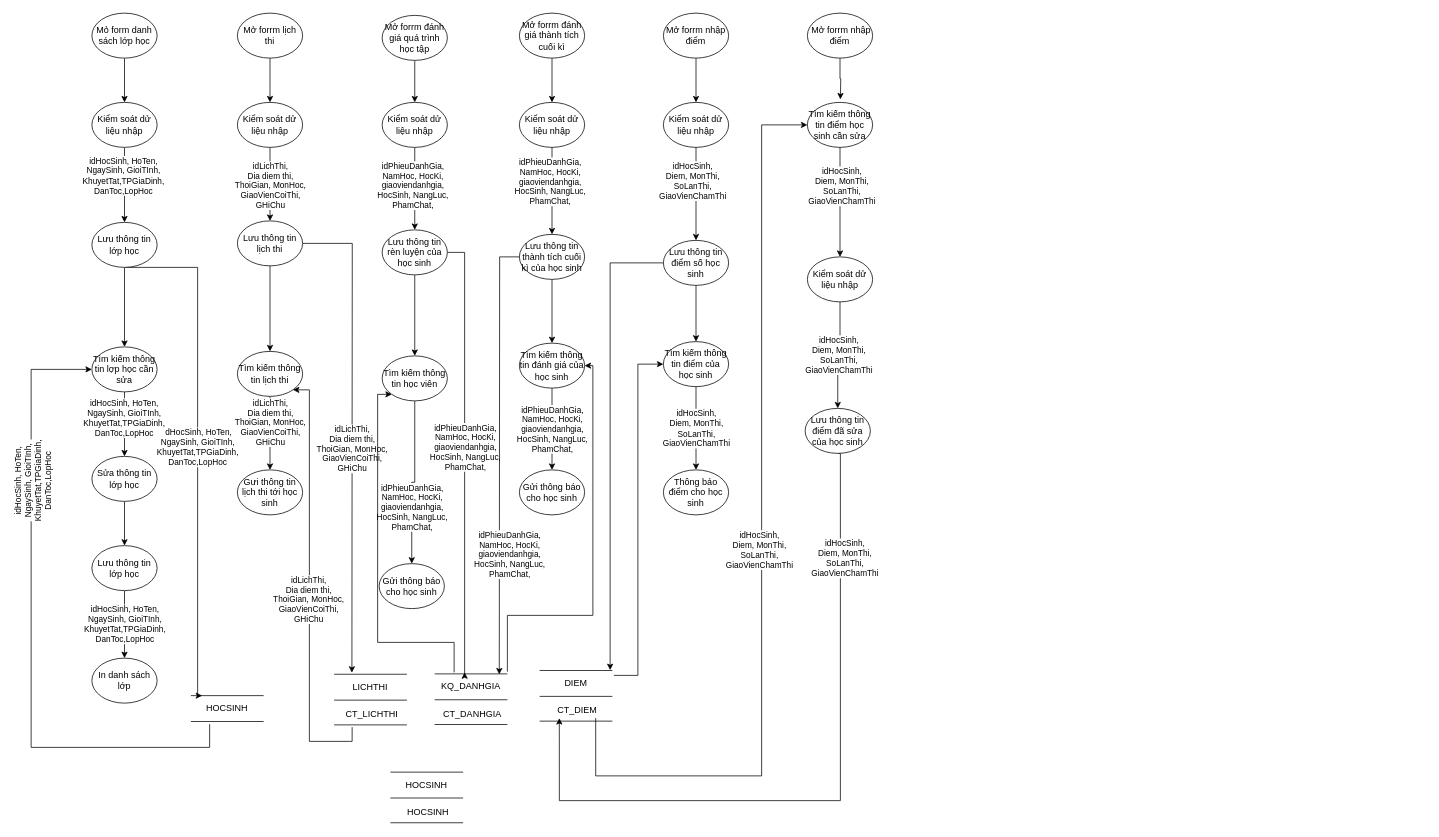
Earlier version of the draw.io diagram 4.1.3.drawio (TLGKien/graph). Source tidied: cells renumbered, new cells numbered last; positions are measured from the earlier drawing's top-left corner, leaving out a move shared by most shapes. Both pictures are drawn from the tidied source at 75%, with x=0, y=0 at pixel (31, 13).
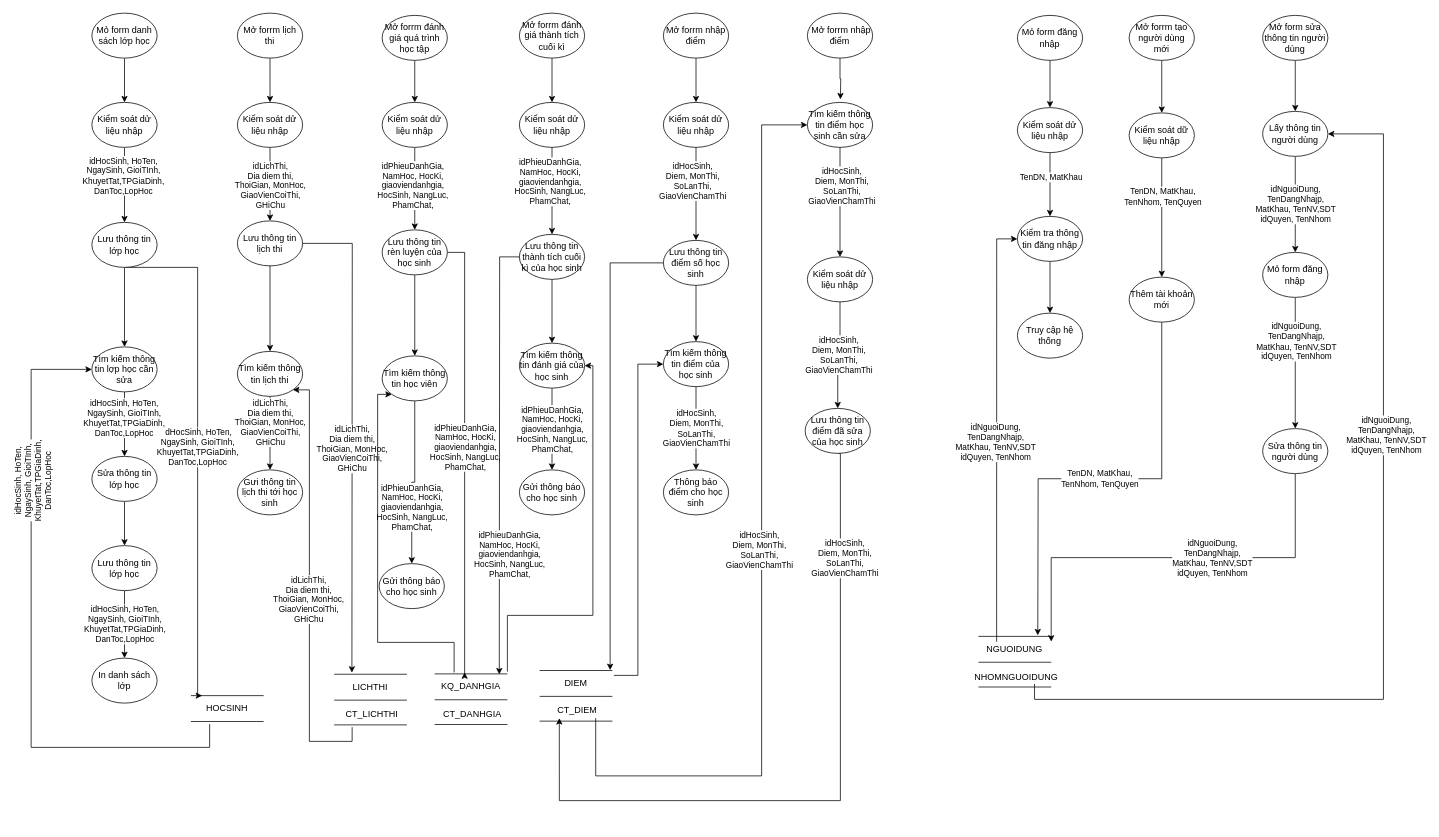
The same page after the edit.

Diff of the diagram source:
```diff
@@
     <mxCell id="104" style="endArrow=none;html=1;" parent="1" edge="1">
       <mxGeometry relative="1" as="geometry">
-        <mxPoint x="479" y="1012" as="sourcePoint" />
-        <mxPoint x="576" y="1012" as="targetPoint" />
+        <mxPoint x="1263.1" y="831" as="sourcePoint" />
+        <mxPoint x="1360.1" y="831" as="targetPoint" />
       </mxGeometry>
     </mxCell>
     <mxCell id="105" style="endArrow=none;html=1;" parent="1" edge="1">
       <mxGeometry relative="1" as="geometry">
-        <mxPoint x="479" y="1046.5" as="sourcePoint" />
-        <mxPoint x="576" y="1046.5" as="targetPoint" />
+        <mxPoint x="1263.1" y="865.5" as="sourcePoint" />
+        <mxPoint x="1360.1" y="865.5" as="targetPoint" />
       </mxGeometry>
     </mxCell>
+    <mxCell id="109" style="edgeStyle=orthogonalEdgeStyle;rounded=0;jettySize=auto;html=1;exitX=0.25;exitY=0;exitDx=0;exitDy=0;entryX=0;entryY=0.5;entryDx=0;entryDy=0;" parent="1" edge="1" source="106" target="128">
+      <mxGeometry relative="1" as="geometry" />
+    </mxCell>
+    <mxCell id="110" value="&lt;div&gt;idNguoiDung, &lt;br&gt;&lt;/div&gt;&lt;div&gt;TenDangNhajp, &lt;br&gt;&lt;/div&gt;&lt;div&gt;MatKhau, TenNV,SDT&lt;br&gt;&lt;/div&gt;&lt;div&gt; idQuyen, TenNhom&lt;/div&gt;" style="edgeLabel;html=1;align=center;verticalAlign=middle;" parent="109" vertex="1">
+      <mxGeometry x="0.2" y="2" relative="1" as="geometry">
+        <mxPoint y="73" as="offset" />
+      </mxGeometry>
+    </mxCell>
-    <mxCell id="106" value="HOCSINH" style="text;html=1;strokeColor=none;fillColor=none;align=center;verticalAlign=middle;whiteSpace=wrap;rounded=0;" parent="1" vertex="1">
-      <mxGeometry x="479" y="1019" width="97" height="20" as="geometry" />
+    <mxCell id="106" value="NGUOIDUNG" style="text;html=1;strokeColor=none;fillColor=none;align=center;verticalAlign=middle;whiteSpace=wrap;rounded=0;" parent="1" vertex="1">
+      <mxGeometry x="1263.1" y="838" width="97" height="20" as="geometry" />
     </mxCell>
     <mxCell id="107" style="endArrow=none;html=1;" parent="1" edge="1">
       <mxGeometry relative="1" as="geometry">
-        <mxPoint x="479" y="1079.5" as="sourcePoint" />
-        <mxPoint x="576" y="1079.5" as="targetPoint" />
+        <mxPoint x="1263.1" y="898.5" as="sourcePoint" />
+        <mxPoint x="1360.1" y="898.5" as="targetPoint" />
       </mxGeometry>
     </mxCell>
+    <mxCell id="111" style="edgeStyle=orthogonalEdgeStyle;rounded=0;jettySize=auto;html=1;exitX=0.75;exitY=1;exitDx=0;exitDy=0;entryX=1;entryY=0.5;entryDx=0;entryDy=0;" parent="1" edge="1" source="108" target="126">
+      <mxGeometry relative="1" as="geometry">
+        <Array as="points">
+          <mxPoint x="1338.1" y="915" />
+          <mxPoint x="1803.1" y="915" />
+          <mxPoint x="1803.1" y="161" />
+        </Array>
+      </mxGeometry>
+    </mxCell>
+    <mxCell id="112" value="&lt;div&gt;idNguoiDung, &lt;br&gt;&lt;/div&gt;&lt;div&gt;TenDangNhajp, &lt;br&gt;&lt;/div&gt;&lt;div&gt;MatKhau, TenNV,SDT&lt;br&gt;&lt;/div&gt;&lt;div&gt; idQuyen, TenNhom&lt;/div&gt;" style="edgeLabel;html=1;align=center;verticalAlign=middle;" parent="111" vertex="1">
+      <mxGeometry x="0.55" y="-2" relative="1" as="geometry">
+        <mxPoint x="1" y="180" as="offset" />
+      </mxGeometry>
+    </mxCell>
-    <mxCell id="108" value="HOCSINH" style="text;html=1;strokeColor=none;fillColor=none;align=center;verticalAlign=middle;whiteSpace=wrap;rounded=0;" parent="1" vertex="1">
-      <mxGeometry x="481" y="1055.5" width="97" height="20" as="geometry" />
+    <mxCell id="108" value="NHOMNGUOIDUNG" style="text;html=1;strokeColor=none;fillColor=none;align=center;verticalAlign=middle;whiteSpace=wrap;rounded=0;" parent="1" vertex="1">
+      <mxGeometry x="1265.1" y="874.5" width="97" height="20" as="geometry" />
     </mxCell>
+    <mxCell id="113" style="edgeStyle=orthogonalEdgeStyle;rounded=0;jettySize=auto;html=1;exitX=0.5;exitY=1;exitDx=0;exitDy=0;entryX=0.5;entryY=0;entryDx=0;entryDy=0;" parent="1" edge="1" source="114" target="121">
+      <mxGeometry relative="1" as="geometry" />
+    </mxCell>
+    <mxCell id="114" value="Mỏ form đăng nhập" style="ellipse;whiteSpace=wrap;html=1;" parent="1" vertex="1">
+      <mxGeometry x="1315" y="3" width="87" height="60" as="geometry" />
+    </mxCell>
+    <mxCell id="115" style="edgeStyle=orthogonalEdgeStyle;rounded=0;jettySize=auto;html=1;exitX=0.5;exitY=1;exitDx=0;exitDy=0;entryX=0.5;entryY=0;entryDx=0;entryDy=0;" parent="1" edge="1" source="116" target="124">
+      <mxGeometry relative="1" as="geometry" />
+    </mxCell>
+    <mxCell id="116" value="Mở forrm tạo người dùng mới" style="ellipse;whiteSpace=wrap;html=1;" parent="1" vertex="1">
+      <mxGeometry x="1464" y="3" width="87" height="60" as="geometry" />
+    </mxCell>
+    <mxCell id="117" style="edgeStyle=orthogonalEdgeStyle;rounded=0;jettySize=auto;html=1;exitX=0.5;exitY=1;exitDx=0;exitDy=0;entryX=0.5;entryY=0;entryDx=0;entryDy=0;" parent="1" edge="1" source="118" target="126">
+      <mxGeometry relative="1" as="geometry" />
+    </mxCell>
+    <mxCell id="118" value="Mở form sửa thông tin người dùng" style="ellipse;whiteSpace=wrap;html=1;" parent="1" vertex="1">
+      <mxGeometry x="1642" y="3" width="87" height="60" as="geometry" />
+    </mxCell>
+    <mxCell id="119" style="edgeStyle=orthogonalEdgeStyle;rounded=0;jettySize=auto;html=1;exitX=0.5;exitY=1;exitDx=0;exitDy=0;entryX=0.5;entryY=0;entryDx=0;entryDy=0;" parent="1" edge="1" source="121" target="128">
+      <mxGeometry relative="1" as="geometry" />
+    </mxCell>
+    <mxCell id="120" value="TenDN, MatKhau" style="edgeLabel;html=1;align=center;verticalAlign=middle;" parent="119" vertex="1">
+      <mxGeometry x="-0.25" y="1" relative="1" as="geometry" />
+    </mxCell>
+    <mxCell id="121" value="Kiểm soát dử liệu nhập" style="ellipse;whiteSpace=wrap;html=1;" parent="1" vertex="1">
+      <mxGeometry x="1315" y="126" width="87" height="60" as="geometry" />
+    </mxCell>
+    <mxCell id="122" style="edgeStyle=orthogonalEdgeStyle;rounded=0;jettySize=auto;html=1;exitX=0.5;exitY=1;exitDx=0;exitDy=0;entryX=0.5;entryY=0;entryDx=0;entryDy=0;" parent="1" edge="1" source="124" target="130">
+      <mxGeometry relative="1" as="geometry" />
+    </mxCell>
+    <mxCell id="123" value="&lt;div&gt;TenDN, MatKhau, &lt;br&gt;&lt;/div&gt;&lt;div&gt;TenNhom, TenQuyen&lt;/div&gt;" style="edgeLabel;html=1;align=center;verticalAlign=middle;" parent="122" vertex="1">
+      <mxGeometry x="-0.36" y="1" relative="1" as="geometry" />
+    </mxCell>
+    <mxCell id="124" value="Kiểm soát dữ liệu nhập" style="ellipse;whiteSpace=wrap;html=1;" parent="1" vertex="1">
+      <mxGeometry x="1464" y="133" width="87" height="60" as="geometry" />
+    </mxCell>
+    <mxCell id="125" value="&lt;div&gt;idNguoiDung, &lt;br&gt;&lt;/div&gt;&lt;div&gt;TenDangNhajp, &lt;br&gt;&lt;/div&gt;&lt;div&gt;MatKhau, TenNV,SDT&lt;br&gt;&lt;/div&gt;&lt;div&gt; idQuyen, TenNhom&lt;/div&gt;" style="edgeStyle=orthogonalEdgeStyle;rounded=0;jettySize=auto;html=1;exitX=0.5;exitY=1;exitDx=0;exitDy=0;entryX=0.5;entryY=0;entryDx=0;entryDy=0;" parent="1" edge="1" source="126" target="133">
+      <mxGeometry relative="1" as="geometry" />
+    </mxCell>
+    <mxCell id="126" value="Lấy thông tin người dùng" style="ellipse;whiteSpace=wrap;html=1;" parent="1" vertex="1">
+      <mxGeometry x="1642" y="131" width="87" height="60" as="geometry" />
+    </mxCell>
+    <mxCell id="127" style="edgeStyle=orthogonalEdgeStyle;rounded=0;jettySize=auto;html=1;exitX=0.5;exitY=1;exitDx=0;exitDy=0;entryX=0.5;entryY=0;entryDx=0;entryDy=0;" parent="1" edge="1" source="128" target="134">
+      <mxGeometry relative="1" as="geometry" />
+    </mxCell>
+    <mxCell id="128" value="Kiểm tra thông tin đăng nhập" style="ellipse;whiteSpace=wrap;html=1;" parent="1" vertex="1">
+      <mxGeometry x="1315" y="271" width="87" height="60" as="geometry" />
+    </mxCell>
+    <mxCell id="129" value="&lt;div&gt;TenDN, MatKhau, &lt;br&gt;&lt;/div&gt;&lt;div&gt;TenNhom, TenQuyen&lt;/div&gt;" style="edgeStyle=orthogonalEdgeStyle;rounded=0;jettySize=auto;html=1;exitX=0.5;exitY=1;exitDx=0;exitDy=0;" parent="1" edge="1" source="130">
+      <mxGeometry relative="1" as="geometry">
+        <mxPoint x="1342.2" y="829.6" as="targetPoint" />
+      </mxGeometry>
+    </mxCell>
+    <mxCell id="130" value="Thêm tài khoản mới" style="ellipse;whiteSpace=wrap;html=1;" parent="1" vertex="1">
+      <mxGeometry x="1464" y="352" width="87" height="60" as="geometry" />
+    </mxCell>
+    <mxCell id="131" style="edgeStyle=orthogonalEdgeStyle;rounded=0;jettySize=auto;html=1;exitX=0.5;exitY=1;exitDx=0;exitDy=0;entryX=0.5;entryY=0;entryDx=0;entryDy=0;" parent="1" edge="1" source="133" target="137">
+      <mxGeometry relative="1" as="geometry" />
+    </mxCell>
+    <mxCell id="132" value="&lt;div&gt;idNguoiDung, &lt;br&gt;&lt;/div&gt;&lt;div&gt;TenDangNhajp, &lt;br&gt;&lt;/div&gt;&lt;div&gt;MatKhau, TenNV,SDT&lt;br&gt;&lt;/div&gt;&lt;div&gt; idQuyen, TenNhom&lt;/div&gt;" style="edgeLabel;html=1;align=center;verticalAlign=middle;" parent="131" vertex="1">
+      <mxGeometry x="-0.34" y="1" relative="1" as="geometry" />
+    </mxCell>
+    <mxCell id="133" value="Mỏ form đăng nhập" style="ellipse;whiteSpace=wrap;html=1;" parent="1" vertex="1">
+      <mxGeometry x="1642" y="319" width="87" height="60" as="geometry" />
+    </mxCell>
+    <mxCell id="134" value="Truy cập hệ thống" style="ellipse;whiteSpace=wrap;html=1;" parent="1" vertex="1">
+      <mxGeometry x="1315" y="400" width="87" height="60" as="geometry" />
+    </mxCell>
+    <mxCell id="135" style="edgeStyle=orthogonalEdgeStyle;rounded=0;jettySize=auto;html=1;exitX=0.5;exitY=1;exitDx=0;exitDy=0;entryX=1;entryY=0;entryDx=0;entryDy=0;" parent="1" edge="1" source="137" target="106">
+      <mxGeometry relative="1" as="geometry" />
+    </mxCell>
+    <mxCell id="136" value="&lt;div&gt;idNguoiDung, &lt;br&gt;&lt;/div&gt;&lt;div&gt;TenDangNhajp, &lt;br&gt;&lt;/div&gt;&lt;div&gt;MatKhau, TenNV,SDT&lt;br&gt;&lt;/div&gt;&lt;div&gt; idQuyen, TenNhom&lt;/div&gt;" style="edgeLabel;html=1;align=center;verticalAlign=middle;" parent="135" vertex="1">
+      <mxGeometry x="-0.19" relative="1" as="geometry" />
+    </mxCell>
+    <mxCell id="137" value="Sửa thông tin người dùng" style="ellipse;whiteSpace=wrap;html=1;" parent="1" vertex="1">
+      <mxGeometry x="1642" y="554" width="87" height="60" as="geometry" />
+    </mxCell>
```
